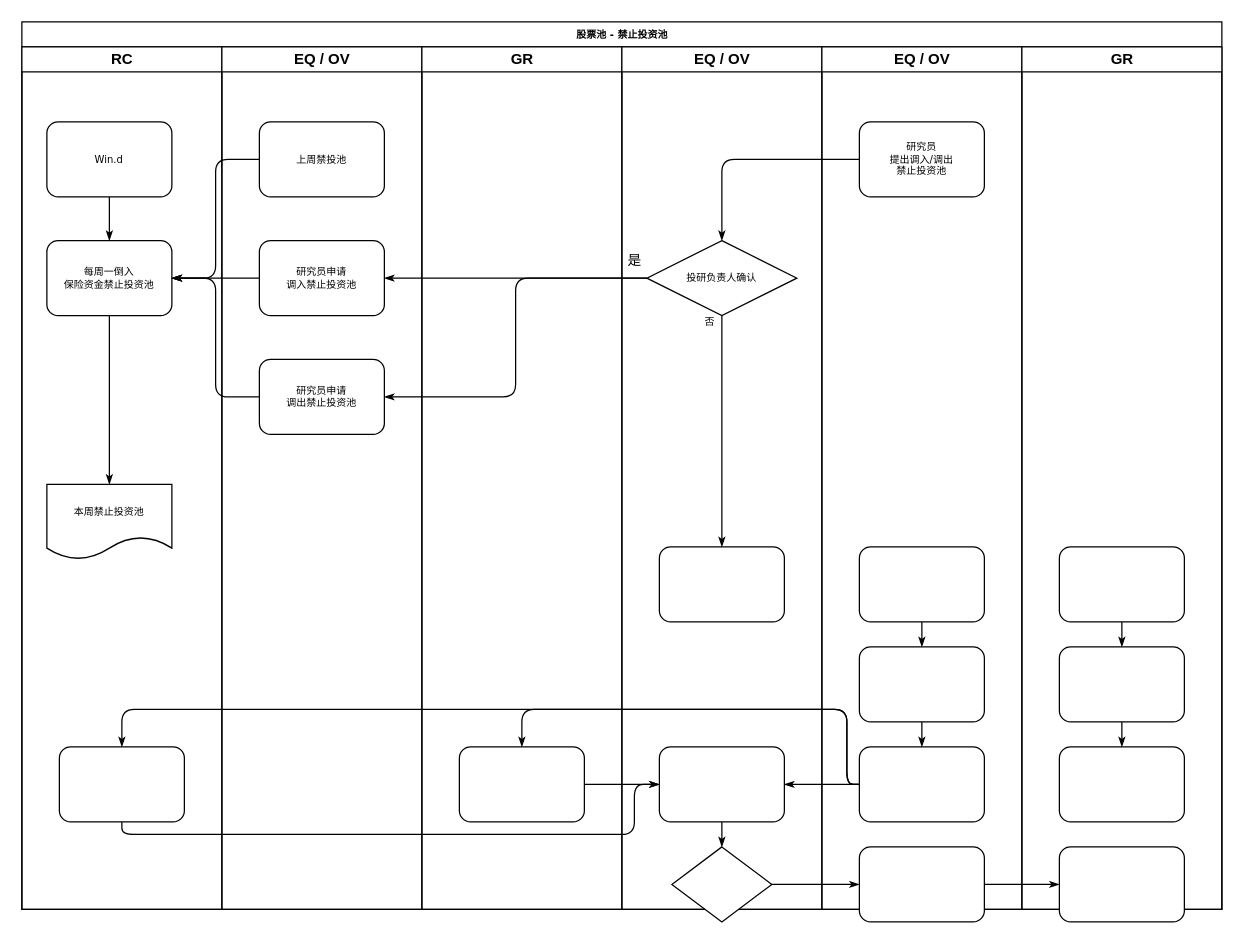
The draw.io diagram Untitled Diagram.drawio in kemmiylee/gc-amc.com, before the edit. Source tidied: cells renumbered, new cells numbered last; positions are measured from the earlier drawing's top-left corner, leaving out a move shared by most shapes. Both pictures are drawn from the tidied source at 125%, with x=0, y=0 at pixel (21, 21).
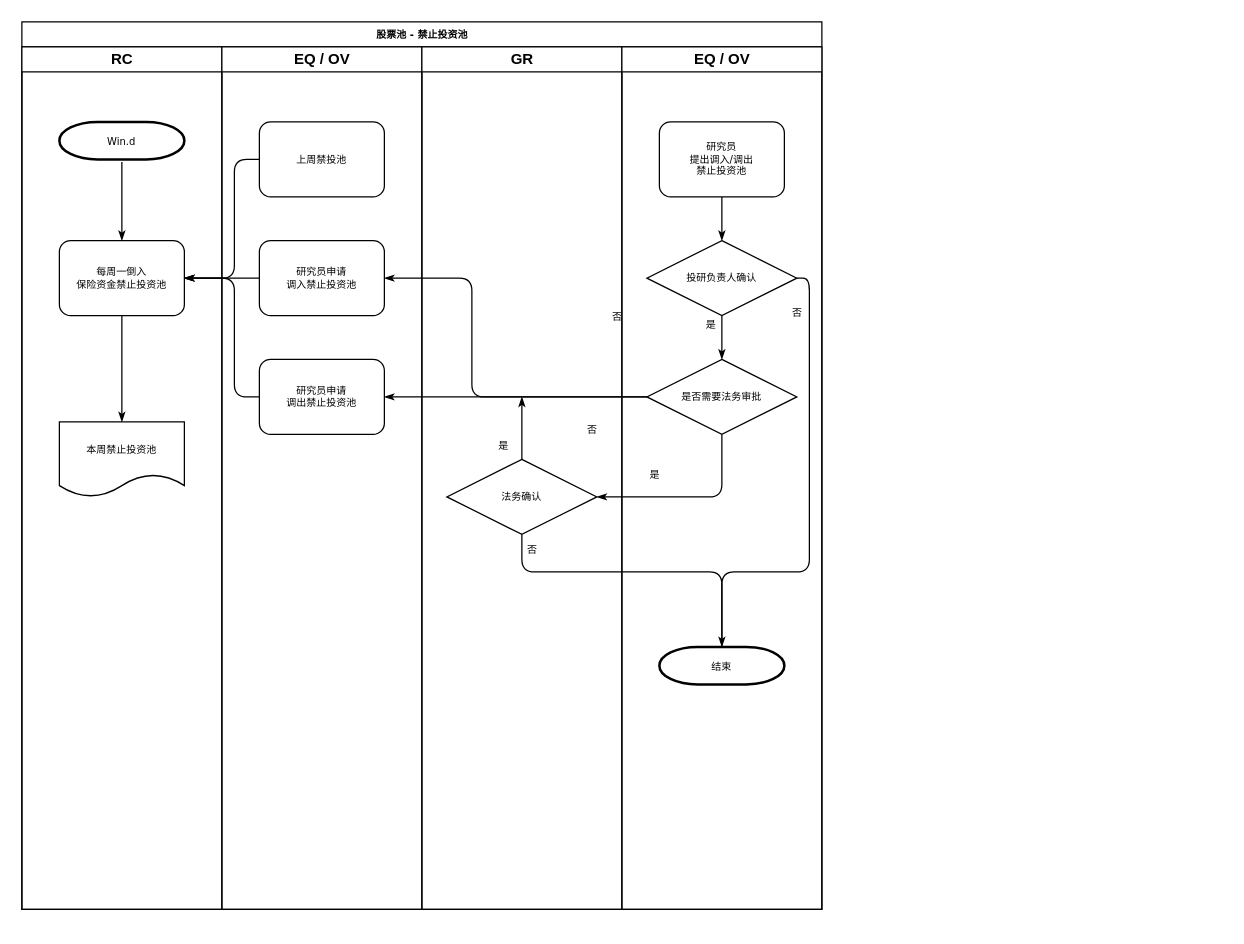
The same diagram, later.

Unchanged cells that the change refers to:
```xml
<mxCell id="12" value="RC" style="swimlane;html=1;startSize=20;" parent="2" vertex="1">
  <mxGeometry y="20" width="160" height="690" as="geometry" />
</mxCell>
<mxCell id="20" value="研究员申请&lt;br&gt;调入禁止投资池" style="rounded=1;whiteSpace=wrap;html=1;shadow=0;labelBackgroundColor=none;strokeWidth=1;fontFamily=Verdana;fontSize=8;align=center;" parent="19" vertex="1">
  <mxGeometry x="30" y="155" width="100" height="60" as="geometry" />
</mxCell>
<mxCell id="21" value="研究员申请&lt;br&gt;调出禁止投资池" style="rounded=1;whiteSpace=wrap;html=1;shadow=0;labelBackgroundColor=none;strokeWidth=1;fontFamily=Verdana;fontSize=8;align=center;" parent="19" vertex="1">
  <mxGeometry x="30" y="250" width="100" height="60" as="geometry" />
</mxCell>
<mxCell id="22" value="上周禁投池" style="rounded=1;whiteSpace=wrap;html=1;shadow=0;labelBackgroundColor=none;strokeWidth=1;fontFamily=Verdana;fontSize=8;align=center;" parent="19" vertex="1">
  <mxGeometry x="30" y="60" width="100" height="60" as="geometry" />
</mxCell>
<mxCell id="23" value="GR" style="swimlane;html=1;startSize=20;" parent="2" vertex="1">
  <mxGeometry x="320" y="20" width="160" height="690" as="geometry" />
</mxCell>
<mxCell id="25" value="EQ / OV" style="swimlane;html=1;startSize=20;" parent="2" vertex="1">
  <mxGeometry x="480" y="20" width="160" height="690" as="geometry" />
</mxCell>
<mxCell id="31" value="投研负责人确认" style="rhombus;whiteSpace=wrap;html=1;rounded=0;shadow=0;labelBackgroundColor=none;strokeWidth=1;fontFamily=Verdana;fontSize=8;align=center;" parent="25" vertex="1">
  <mxGeometry x="20" y="155" width="120" height="60" as="geometry" />
</mxCell>
```

The edit, as a diff of the source:
```diff
@@
     <mxCell id="2" value="股票池 - 禁止投资池" style="swimlane;html=1;startSize=20;rounded=0;shadow=0;labelBackgroundColor=none;strokeWidth=1;fontFamily=Verdana;fontSize=8;align=center;" parent="1" vertex="1">
-      <mxGeometry width="960" height="710" as="geometry" />
+      <mxGeometry width="640" height="710" as="geometry" />
     </mxCell>
-    <mxCell id="3" style="edgeStyle=orthogonalEdgeStyle;rounded=1;html=1;labelBackgroundColor=none;startArrow=none;startFill=0;startSize=5;endArrow=classicThin;endFill=1;endSize=5;jettySize=auto;strokeWidth=1;fontFamily=Verdana;fontSize=8;" parent="2" edge="1" source="28" target="36">
-      <mxGeometry relative="1" as="geometry" />
-    </mxCell>
-    <mxCell id="4" style="edgeStyle=orthogonalEdgeStyle;rounded=1;html=1;labelBackgroundColor=none;startArrow=none;startFill=0;startSize=5;endArrow=classicThin;endFill=1;endSize=5;jettySize=auto;strokeWidth=1;fontFamily=Verdana;fontSize=8;" parent="2" edge="1" source="36">
-      <mxGeometry relative="1" as="geometry">
-        <mxPoint x="830" y="690" as="targetPoint" />
-      </mxGeometry>
-    </mxCell>
-    <mxCell id="5" style="edgeStyle=orthogonalEdgeStyle;rounded=1;html=1;labelBackgroundColor=none;startArrow=none;startFill=0;startSize=5;endArrow=classicThin;endFill=1;endSize=5;jettySize=auto;strokeWidth=1;fontFamily=Verdana;fontSize=8;entryX=1;entryY=0.5;entryDx=0;entryDy=0;exitX=0;exitY=0.5;exitDx=0;exitDy=0;" parent="2" edge="1" source="31" target="20">
-      <mxGeometry relative="1" as="geometry" />
+    <mxCell id="5" style="edgeStyle=orthogonalEdgeStyle;rounded=1;html=1;labelBackgroundColor=none;startArrow=none;startFill=0;startSize=5;endArrow=classicThin;endFill=1;endSize=5;jettySize=auto;strokeWidth=1;fontFamily=Verdana;fontSize=8;entryX=1;entryY=0.5;entryDx=0;entryDy=0;exitX=0;exitY=0.5;exitDx=0;exitDy=0;" parent="2" edge="1" source="56" target="20">
+      <mxGeometry relative="1" as="geometry">
+        <Array as="points">
+          <mxPoint x="360" y="300" />
+          <mxPoint x="360" y="205" />
+        </Array>
+      </mxGeometry>
     </mxCell>
-    <mxCell id="6" value="是" style="edgeLabel;html=1;align=center;verticalAlign=middle;" parent="5" vertex="1">
+    <mxCell id="6" value="&lt;font style=&quot;font-size: 8px&quot;&gt;否&lt;/font&gt;" style="edgeLabel;html=1;align=center;verticalAlign=middle;" parent="5" vertex="1">
       <mxGeometry x="0.23" y="3" relative="1" as="geometry">
         <mxPoint x="118.9" y="-18" as="offset" />
       </mxGeometry>
     </mxCell>
-    <mxCell id="7" style="edgeStyle=orthogonalEdgeStyle;rounded=1;html=1;labelBackgroundColor=none;startArrow=none;startFill=0;startSize=5;endArrow=classicThin;endFill=1;endSize=5;jettySize=auto;strokeWidth=1;fontFamily=Verdana;fontSize=8;" parent="2" edge="1" source="35" target="24">
-      <mxGeometry relative="1" as="geometry">
-        <Array as="points">
-          <mxPoint x="660" y="610" />
-          <mxPoint x="660" y="550" />
-          <mxPoint x="400" y="550" />
-        </Array>
-      </mxGeometry>
-    </mxCell>
-    <mxCell id="8" style="edgeStyle=orthogonalEdgeStyle;rounded=1;html=1;labelBackgroundColor=none;startArrow=none;startFill=0;startSize=5;endArrow=classicThin;endFill=1;endSize=5;jettySize=auto;strokeColor=#000000;strokeWidth=1;fontFamily=Verdana;fontSize=8;fontColor=#000000;" parent="2" edge="1" source="35" target="27">
-      <mxGeometry relative="1" as="geometry" />
-    </mxCell>
-    <mxCell id="9" style="edgeStyle=orthogonalEdgeStyle;rounded=1;html=1;labelBackgroundColor=none;startArrow=none;startFill=0;startSize=5;endArrow=classicThin;endFill=1;endSize=5;jettySize=auto;strokeWidth=1;fontFamily=Verdana;fontSize=8;" parent="2" edge="1" source="35" target="15">
-      <mxGeometry relative="1" as="geometry">
-        <Array as="points">
-          <mxPoint x="660" y="610" />
-          <mxPoint x="660" y="550" />
-          <mxPoint x="80" y="550" />
-        </Array>
-      </mxGeometry>
-    </mxCell>
-    <mxCell id="10" style="edgeStyle=orthogonalEdgeStyle;rounded=1;html=1;labelBackgroundColor=none;startArrow=none;startFill=0;startSize=5;endArrow=classicThin;endFill=1;endSize=5;jettySize=auto;strokeWidth=1;fontFamily=Verdana;fontSize=8;" parent="2" edge="1" source="15" target="27">
-      <mxGeometry relative="1" as="geometry">
-        <Array as="points">
-          <mxPoint x="80" y="650" />
-          <mxPoint x="490" y="650" />
-          <mxPoint x="490" y="610" />
-        </Array>
-      </mxGeometry>
-    </mxCell>
-    <mxCell id="11" style="edgeStyle=orthogonalEdgeStyle;rounded=1;html=1;labelBackgroundColor=none;startArrow=none;startFill=0;startSize=5;endArrow=classicThin;endFill=1;endSize=5;jettySize=auto;strokeWidth=1;fontFamily=Verdana;fontSize=8;" parent="2" edge="1" source="24" target="27">
-      <mxGeometry relative="1" as="geometry" />
-    </mxCell>
+    <mxCell id="52" value="&lt;font style=&quot;font-size: 8px&quot;&gt;否&lt;/font&gt;" style="edgeLabel;html=1;align=center;verticalAlign=middle;" parent="5" vertex="1">
+      <mxGeometry x="-0.03" relative="1" as="geometry">
+        <mxPoint x="95" y="32.4" as="offset" />
+      </mxGeometry>
+    </mxCell>
@@
-    <mxCell id="13" value="Win.d" style="rounded=1;whiteSpace=wrap;html=1;shadow=0;labelBackgroundColor=none;strokeWidth=1;fontFamily=Verdana;fontSize=8;align=center;" parent="12" vertex="1">
-      <mxGeometry x="20" y="60" width="100" height="60" as="geometry" />
-    </mxCell>
     <mxCell id="14" value="每周一倒入&lt;br&gt;保险资金禁止投资池" style="rounded=1;whiteSpace=wrap;html=1;shadow=0;labelBackgroundColor=none;strokeWidth=1;fontFamily=Verdana;fontSize=8;align=center;" parent="12" vertex="1">
-      <mxGeometry x="20" y="155" width="100" height="60" as="geometry" />
+      <mxGeometry x="30" y="155" width="100" height="60" as="geometry" />
     </mxCell>
-    <mxCell id="15" style="rounded=1;whiteSpace=wrap;html=1;shadow=0;labelBackgroundColor=none;strokeWidth=1;fontFamily=Verdana;fontSize=8;align=center;" parent="12" vertex="1">
-      <mxGeometry x="30" y="560" width="100" height="60" as="geometry" />
-    </mxCell>
-    <mxCell id="16" style="edgeStyle=orthogonalEdgeStyle;rounded=1;html=1;labelBackgroundColor=none;startArrow=none;startFill=0;startSize=5;endArrow=classicThin;endFill=1;endSize=5;jettySize=auto;strokeWidth=1;fontFamily=Verdana;fontSize=8;exitX=0.5;exitY=1;exitDx=0;exitDy=0;entryX=0.5;entryY=0;entryDx=0;entryDy=0;" parent="12" edge="1" source="13" target="14">
-      <mxGeometry relative="1" as="geometry">
-        <Array as="points">
-          <mxPoint x="70" y="140" />
-          <mxPoint x="70" y="140" />
-        </Array>
-      </mxGeometry>
+    <mxCell id="16" style="edgeStyle=orthogonalEdgeStyle;rounded=1;html=1;labelBackgroundColor=none;startArrow=none;startFill=0;startSize=5;endArrow=classicThin;endFill=1;endSize=5;jettySize=auto;strokeWidth=1;fontFamily=Verdana;fontSize=8;entryX=0.5;entryY=0;entryDx=0;entryDy=0;exitX=0.5;exitY=1.071;exitDx=0;exitDy=0;exitPerimeter=0;" parent="12" edge="1" source="13" target="14">
+      <mxGeometry relative="1" as="geometry" />
     </mxCell>
@@
+    <mxCell id="13" value="&lt;span style=&quot;font-family: &amp;#34;verdana&amp;#34; ; font-size: 8px&quot;&gt;Win.d&lt;/span&gt;" style="strokeWidth=2;html=1;shape=mxgraph.flowchart.terminator;whiteSpace=wrap;" parent="12" vertex="1">
+      <mxGeometry x="30" y="60" width="100" height="30" as="geometry" />
+    </mxCell>
     <mxCell id="18" value="&lt;font style=&quot;font-size: 8px&quot;&gt;本周禁止投资池&lt;/font&gt;" style="shape=document;whiteSpace=wrap;html=1;boundedLbl=1;" parent="12" vertex="1">
-      <mxGeometry x="20" y="350" width="100" height="60" as="geometry" />
+      <mxGeometry x="30" y="300" width="100" height="60" as="geometry" />
     </mxCell>
@@
-    <mxCell id="24" style="rounded=1;whiteSpace=wrap;html=1;shadow=0;labelBackgroundColor=none;strokeWidth=1;fontFamily=Verdana;fontSize=8;align=center;" parent="23" vertex="1">
-      <mxGeometry x="30" y="560" width="100" height="60" as="geometry" />
-    </mxCell>
+    <mxCell id="53" value="法务确认" style="rhombus;whiteSpace=wrap;html=1;rounded=0;shadow=0;labelBackgroundColor=none;strokeWidth=1;fontFamily=Verdana;fontSize=8;align=center;" parent="23" vertex="1">
+      <mxGeometry x="20" y="330" width="120" height="60" as="geometry" />
+    </mxCell>
+    <mxCell id="54" style="edgeStyle=orthogonalEdgeStyle;rounded=1;html=1;labelBackgroundColor=none;startArrow=none;startFill=0;startSize=5;endArrow=classicThin;endFill=1;endSize=5;jettySize=auto;strokeWidth=1;fontFamily=Verdana;fontSize=8;exitX=0.5;exitY=0;exitDx=0;exitDy=0;" parent="23" edge="1" source="53">
+      <mxGeometry relative="1" as="geometry">
+        <mxPoint x="80" y="280" as="targetPoint" />
+      </mxGeometry>
+    </mxCell>
+    <mxCell id="55" value="&lt;font style=&quot;font-size: 8px&quot;&gt;是&lt;/font&gt;" style="edgeLabel;html=1;align=center;verticalAlign=middle;" parent="54" vertex="1">
+      <mxGeometry x="0.23" y="3" relative="1" as="geometry">
+        <mxPoint x="-13" y="18" as="offset" />
+      </mxGeometry>
+    </mxCell>
@@
-    <mxCell id="26" style="rounded=1;whiteSpace=wrap;html=1;shadow=0;labelBackgroundColor=none;strokeWidth=1;fontFamily=Verdana;fontSize=8;align=center;" parent="25" vertex="1">
-      <mxGeometry x="30" y="400" width="100" height="60" as="geometry" />
-    </mxCell>
-    <mxCell id="27" style="rounded=1;whiteSpace=wrap;html=1;shadow=0;labelBackgroundColor=none;strokeWidth=1;fontFamily=Verdana;fontSize=8;align=center;" parent="25" vertex="1">
-      <mxGeometry x="30" y="560" width="100" height="60" as="geometry" />
-    </mxCell>
-    <mxCell id="28" style="rhombus;whiteSpace=wrap;html=1;rounded=0;shadow=0;labelBackgroundColor=none;strokeWidth=1;fontFamily=Verdana;fontSize=8;align=center;" parent="25" vertex="1">
-      <mxGeometry x="40" y="640" width="80" height="60" as="geometry" />
-    </mxCell>
-    <mxCell id="29" value="否" style="edgeStyle=orthogonalEdgeStyle;rounded=1;html=1;labelBackgroundColor=none;startArrow=none;startFill=0;startSize=5;endArrow=classicThin;endFill=1;endSize=5;jettySize=auto;strokeWidth=1;fontFamily=Verdana;fontSize=8;" parent="25" edge="1" source="31" target="26">
-      <mxGeometry x="-0.95" y="-10" relative="1" as="geometry" />
+    <mxCell id="29" value="否" style="edgeStyle=orthogonalEdgeStyle;rounded=1;html=1;labelBackgroundColor=none;startArrow=none;startFill=0;startSize=5;endArrow=classicThin;endFill=1;endSize=5;jettySize=auto;strokeWidth=1;fontFamily=Verdana;fontSize=8;exitX=1;exitY=0.5;exitDx=0;exitDy=0;" parent="25" edge="1" source="31">
+      <mxGeometry x="-0.81" y="-10" relative="1" as="geometry">
+        <mxPoint x="80" y="510" as="targetPoint" />
+        <Array as="points">
+          <mxPoint x="150" y="185" />
+          <mxPoint x="150" y="420" />
+          <mxPoint x="80" y="420" />
+        </Array>
+      </mxGeometry>
     </mxCell>
-    <mxCell id="30" style="edgeStyle=orthogonalEdgeStyle;rounded=1;html=1;labelBackgroundColor=none;startArrow=none;startFill=0;startSize=5;endArrow=classicThin;endFill=1;endSize=5;jettySize=auto;strokeWidth=1;fontFamily=Verdana;fontSize=8;" parent="25" edge="1" source="27" target="28">
-      <mxGeometry relative="1" as="geometry" />
-    </mxCell>
@@
-    <mxCell id="32" value="EQ / OV" style="swimlane;html=1;startSize=20;" parent="2" vertex="1">
-      <mxGeometry x="640" y="20" width="160" height="690" as="geometry" />
-    </mxCell>
-    <mxCell id="33" style="rounded=1;whiteSpace=wrap;html=1;shadow=0;labelBackgroundColor=none;strokeWidth=1;fontFamily=Verdana;fontSize=8;align=center;" parent="32" vertex="1">
-      <mxGeometry x="30" y="400" width="100" height="60" as="geometry" />
-    </mxCell>
-    <mxCell id="34" style="rounded=1;whiteSpace=wrap;html=1;shadow=0;labelBackgroundColor=none;strokeWidth=1;fontFamily=Verdana;fontSize=8;align=center;" parent="32" vertex="1">
-      <mxGeometry x="30" y="480" width="100" height="60" as="geometry" />
-    </mxCell>
-    <mxCell id="35" style="rounded=1;whiteSpace=wrap;html=1;shadow=0;labelBackgroundColor=none;strokeWidth=1;fontFamily=Verdana;fontSize=8;align=center;" parent="32" vertex="1">
-      <mxGeometry x="30" y="560" width="100" height="60" as="geometry" />
-    </mxCell>
-    <mxCell id="36" style="rounded=1;whiteSpace=wrap;html=1;shadow=0;labelBackgroundColor=none;strokeWidth=1;fontFamily=Verdana;fontSize=8;align=center;" parent="32" vertex="1">
-      <mxGeometry x="30" y="640" width="100" height="60" as="geometry" />
-    </mxCell>
-    <mxCell id="37" style="edgeStyle=orthogonalEdgeStyle;rounded=1;html=1;labelBackgroundColor=none;startArrow=none;startFill=0;startSize=5;endArrow=classicThin;endFill=1;endSize=5;jettySize=auto;strokeWidth=1;fontFamily=Verdana;fontSize=8;" parent="32" edge="1" source="33" target="34">
-      <mxGeometry relative="1" as="geometry" />
-    </mxCell>
-    <mxCell id="38" style="edgeStyle=orthogonalEdgeStyle;rounded=1;html=1;labelBackgroundColor=none;startArrow=none;startFill=0;startSize=5;endArrow=classicThin;endFill=1;endSize=5;jettySize=auto;strokeWidth=1;fontFamily=Verdana;fontSize=8;" parent="32" edge="1" source="34" target="35">
-      <mxGeometry relative="1" as="geometry" />
-    </mxCell>
+    <mxCell id="56" value="是否需要法务审批" style="rhombus;whiteSpace=wrap;html=1;rounded=0;shadow=0;labelBackgroundColor=none;strokeWidth=1;fontFamily=Verdana;fontSize=8;align=center;" parent="25" vertex="1">
+      <mxGeometry x="20" y="250" width="120" height="60" as="geometry" />
+    </mxCell>
+    <mxCell id="57" style="edgeStyle=orthogonalEdgeStyle;rounded=1;html=1;labelBackgroundColor=none;startArrow=none;startFill=0;startSize=5;endArrow=classicThin;endFill=1;endSize=5;jettySize=auto;strokeWidth=1;fontFamily=Verdana;fontSize=8;entryX=0.5;entryY=0;entryDx=0;entryDy=0;exitX=0.5;exitY=1;exitDx=0;exitDy=0;" parent="25" edge="1" source="31" target="56">
+      <mxGeometry relative="1" as="geometry" />
+    </mxCell>
+    <mxCell id="58" value="&lt;font style=&quot;font-size: 8px&quot;&gt;是&lt;/font&gt;" style="edgeLabel;html=1;align=center;verticalAlign=middle;" parent="57" vertex="1">
+      <mxGeometry x="0.23" y="3" relative="1" as="geometry">
+        <mxPoint x="-13" y="-16.7" as="offset" />
+      </mxGeometry>
+    </mxCell>
+    <mxCell id="50" style="edgeStyle=orthogonalEdgeStyle;rounded=1;html=1;labelBackgroundColor=none;startArrow=none;startFill=0;startSize=5;endArrow=classicThin;endFill=1;endSize=5;jettySize=auto;strokeColor=#000000;strokeWidth=1;fontFamily=Verdana;fontSize=8;fontColor=#000000;" parent="25" edge="1" source="39" target="31">
+      <mxGeometry relative="1" as="geometry" />
+    </mxCell>
-    <mxCell id="39" value="研究员&lt;br&gt;提出调入/调出&lt;br&gt;禁止投资池" style="rounded=1;whiteSpace=wrap;html=1;shadow=0;labelBackgroundColor=none;strokeWidth=1;fontFamily=Verdana;fontSize=8;align=center;" parent="32" vertex="1">
+    <mxCell id="39" value="研究员&lt;br&gt;提出调入/调出&lt;br&gt;禁止投资池" style="rounded=1;whiteSpace=wrap;html=1;shadow=0;labelBackgroundColor=none;strokeWidth=1;fontFamily=Verdana;fontSize=8;align=center;" parent="25" vertex="1">
       <mxGeometry x="30" y="60" width="100" height="60" as="geometry" />
     </mxCell>
+    <mxCell id="59" value="&lt;font style=&quot;font-size: 8px&quot;&gt;结束&lt;/font&gt;" style="strokeWidth=2;html=1;shape=mxgraph.flowchart.terminator;whiteSpace=wrap;" parent="25" vertex="1">
+      <mxGeometry x="30" y="480" width="100" height="30" as="geometry" />
+    </mxCell>
@@
     <mxCell id="41" style="edgeStyle=orthogonalEdgeStyle;rounded=1;html=1;labelBackgroundColor=none;startArrow=none;startFill=0;startSize=5;endArrow=classicThin;endFill=1;endSize=5;jettySize=auto;strokeWidth=1;fontFamily=Verdana;fontSize=8;exitX=0;exitY=0.5;exitDx=0;exitDy=0;entryX=1;entryY=0.5;entryDx=0;entryDy=0;" parent="2" edge="1" source="22" target="14">
-      <mxGeometry relative="1" as="geometry" />
+      <mxGeometry relative="1" as="geometry">
+        <Array as="points">
+          <mxPoint x="170" y="110" />
+          <mxPoint x="170" y="205" />
+        </Array>
+      </mxGeometry>
     </mxCell>
     <mxCell id="42" style="edgeStyle=orthogonalEdgeStyle;rounded=1;html=1;labelBackgroundColor=none;startArrow=none;startFill=0;startSize=5;endArrow=classicThin;endFill=1;endSize=5;jettySize=auto;strokeWidth=1;fontFamily=Verdana;fontSize=8;exitX=0;exitY=0.5;exitDx=0;exitDy=0;entryX=1;entryY=0.5;entryDx=0;entryDy=0;" parent="2" edge="1" source="21" target="14">
-      <mxGeometry relative="1" as="geometry" />
+      <mxGeometry relative="1" as="geometry">
+        <Array as="points">
+          <mxPoint x="170" y="300" />
+          <mxPoint x="170" y="205" />
+        </Array>
+      </mxGeometry>
     </mxCell>
-    <mxCell id="43" value="GR" style="swimlane;html=1;startSize=20;" parent="2" vertex="1">
-      <mxGeometry x="800" y="20" width="160" height="690" as="geometry" />
-    </mxCell>
-    <mxCell id="44" style="rounded=1;whiteSpace=wrap;html=1;shadow=0;labelBackgroundColor=none;strokeWidth=1;fontFamily=Verdana;fontSize=8;align=center;" parent="43" vertex="1">
-      <mxGeometry x="30" y="400" width="100" height="60" as="geometry" />
-    </mxCell>
-    <mxCell id="45" style="rounded=1;whiteSpace=wrap;html=1;shadow=0;labelBackgroundColor=none;strokeWidth=1;fontFamily=Verdana;fontSize=8;align=center;" parent="43" vertex="1">
-      <mxGeometry x="30" y="480" width="100" height="60" as="geometry" />
-    </mxCell>
-    <mxCell id="46" style="rounded=1;whiteSpace=wrap;html=1;shadow=0;labelBackgroundColor=none;strokeWidth=1;fontFamily=Verdana;fontSize=8;align=center;" parent="43" vertex="1">
-      <mxGeometry x="30" y="560" width="100" height="60" as="geometry" />
-    </mxCell>
-    <mxCell id="47" style="rounded=1;whiteSpace=wrap;html=1;shadow=0;labelBackgroundColor=none;strokeWidth=1;fontFamily=Verdana;fontSize=8;align=center;" parent="43" vertex="1">
-      <mxGeometry x="30" y="640" width="100" height="60" as="geometry" />
-    </mxCell>
-    <mxCell id="48" style="edgeStyle=orthogonalEdgeStyle;rounded=1;html=1;labelBackgroundColor=none;startArrow=none;startFill=0;startSize=5;endArrow=classicThin;endFill=1;endSize=5;jettySize=auto;strokeWidth=1;fontFamily=Verdana;fontSize=8;" parent="43" edge="1" source="44" target="45">
-      <mxGeometry relative="1" as="geometry" />
-    </mxCell>
-    <mxCell id="49" style="edgeStyle=orthogonalEdgeStyle;rounded=1;html=1;labelBackgroundColor=none;startArrow=none;startFill=0;startSize=5;endArrow=classicThin;endFill=1;endSize=5;jettySize=auto;strokeWidth=1;fontFamily=Verdana;fontSize=8;" parent="43" edge="1" source="45" target="46">
-      <mxGeometry relative="1" as="geometry" />
-    </mxCell>
-    <mxCell id="50" style="edgeStyle=orthogonalEdgeStyle;rounded=1;html=1;labelBackgroundColor=none;startArrow=none;startFill=0;startSize=5;endArrow=classicThin;endFill=1;endSize=5;jettySize=auto;strokeColor=#000000;strokeWidth=1;fontFamily=Verdana;fontSize=8;fontColor=#000000;" parent="2" edge="1" source="39" target="31">
-      <mxGeometry relative="1" as="geometry" />
-    </mxCell>
-    <mxCell id="51" style="edgeStyle=orthogonalEdgeStyle;rounded=1;html=1;labelBackgroundColor=none;startArrow=none;startFill=0;startSize=5;endArrow=classicThin;endFill=1;endSize=5;jettySize=auto;strokeWidth=1;fontFamily=Verdana;fontSize=8;entryX=1;entryY=0.5;entryDx=0;entryDy=0;exitX=0;exitY=0.5;exitDx=0;exitDy=0;" parent="2" edge="1" source="31" target="21">
+    <mxCell id="51" style="edgeStyle=orthogonalEdgeStyle;rounded=1;html=1;labelBackgroundColor=none;startArrow=none;startFill=0;startSize=5;endArrow=classicThin;endFill=1;endSize=5;jettySize=auto;strokeWidth=1;fontFamily=Verdana;fontSize=8;entryX=1;entryY=0.5;entryDx=0;entryDy=0;exitX=0;exitY=0.5;exitDx=0;exitDy=0;" parent="2" edge="1" source="56" target="21">
       <mxGeometry relative="1" as="geometry" />
     </mxCell>
+    <mxCell id="60" style="edgeStyle=orthogonalEdgeStyle;rounded=1;html=1;labelBackgroundColor=none;startArrow=none;startFill=0;startSize=5;endArrow=classicThin;endFill=1;endSize=5;jettySize=auto;strokeWidth=1;fontFamily=Verdana;fontSize=8;entryX=1;entryY=0.5;entryDx=0;entryDy=0;exitX=0.5;exitY=1;exitDx=0;exitDy=0;" parent="2" edge="1" source="56" target="53">
+      <mxGeometry relative="1" as="geometry" />
+    </mxCell>
+    <mxCell id="61" value="&lt;font style=&quot;font-size: 8px&quot;&gt;是&lt;/font&gt;" style="edgeLabel;html=1;align=center;verticalAlign=middle;" parent="60" vertex="1">
+      <mxGeometry x="0.23" y="3" relative="1" as="geometry">
+        <mxPoint x="-13" y="-22.6" as="offset" />
+      </mxGeometry>
+    </mxCell>
+    <mxCell id="62" style="edgeStyle=orthogonalEdgeStyle;rounded=1;html=1;labelBackgroundColor=none;startArrow=none;startFill=0;startSize=5;endArrow=classicThin;endFill=1;endSize=5;jettySize=auto;strokeWidth=1;fontFamily=Verdana;fontSize=8;exitX=0.5;exitY=1;exitDx=0;exitDy=0;entryX=0.5;entryY=0;entryDx=0;entryDy=0;entryPerimeter=0;" parent="2" edge="1" source="53" target="59">
+      <mxGeometry relative="1" as="geometry">
+        <Array as="points">
+          <mxPoint x="400" y="440" />
+          <mxPoint x="560" y="440" />
+        </Array>
+      </mxGeometry>
+    </mxCell>
+    <mxCell id="63" value="&lt;font style=&quot;font-size: 8px&quot;&gt;否&lt;/font&gt;" style="edgeLabel;html=1;align=center;verticalAlign=middle;" parent="62" vertex="1">
+      <mxGeometry x="-0.74" y="15" relative="1" as="geometry">
+        <mxPoint x="4" y="-5" as="offset" />
+      </mxGeometry>
+    </mxCell>
```
